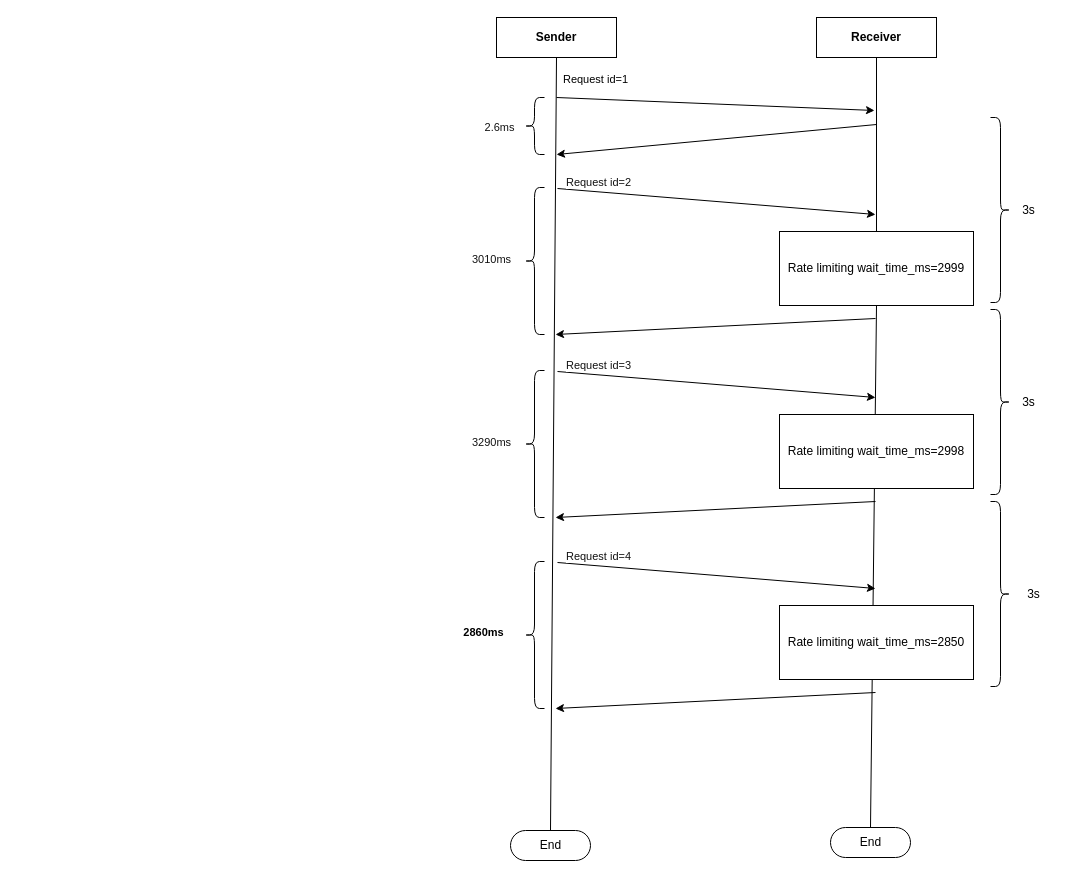
Before: lighthouse/issue/issue_7466.drawio in ackintosh/sandbox, a draw.io diagram. Source tidied: cells renumbered, new cells numbered last; positions are measured from the earlier drawing's top-left corner, leaving out a move shared by most shapes. Both pictures are drawn from the tidied source at 100%, with x=0, y=0 at pixel (488, 17).
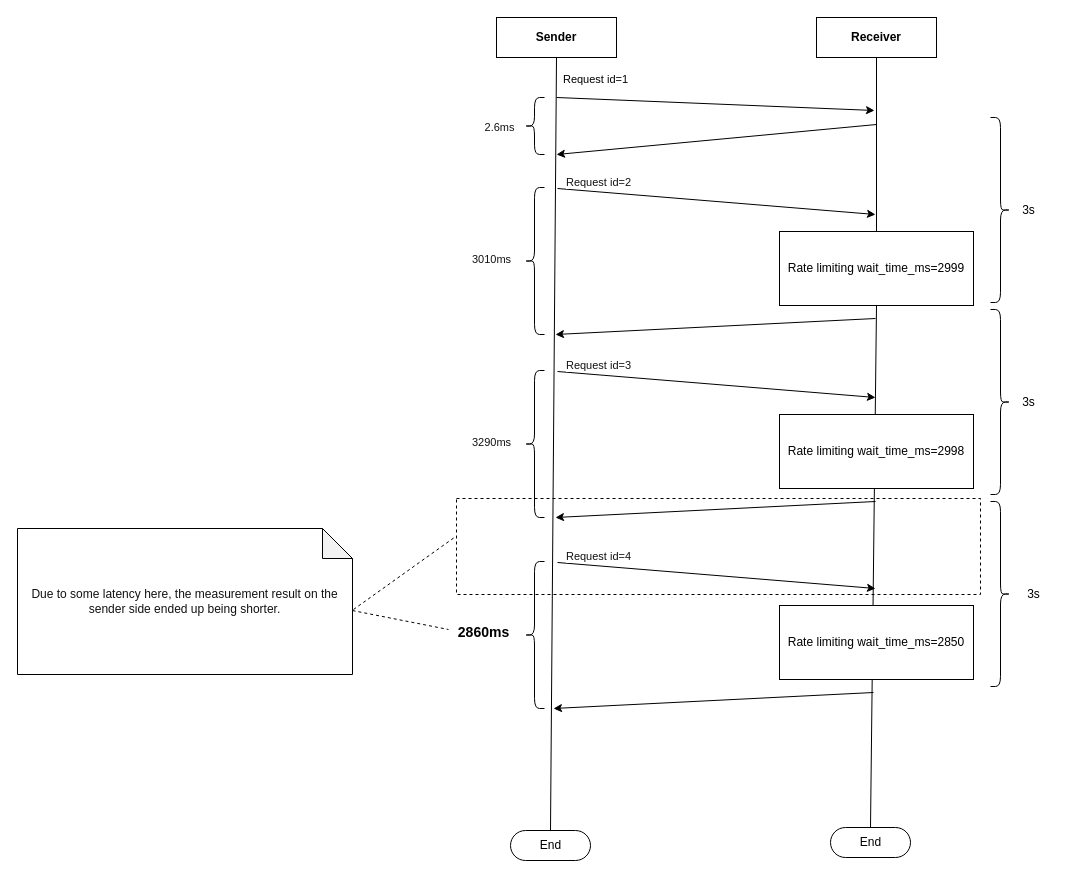
The same page after the edit.

Change to the diagram source:
```diff
@@
     <mxCell id="28" style="endArrow=classic;html=1;" parent="1" edge="1">
       <mxGeometry relative="1" as="geometry">
-        <mxPoint x="387" y="675" as="sourcePoint" />
-        <mxPoint x="67" y="691" as="targetPoint" />
+        <mxPoint x="385" y="675" as="sourcePoint" />
+        <mxPoint x="65" y="691" as="targetPoint" />
       </mxGeometry>
     </mxCell>
@@
-    <mxCell id="31" value="&lt;font style=&quot;color: light-dark(rgb(0, 0, 0), rgb(255, 51, 51));&quot;&gt;2860ms&lt;/font&gt;" style="edgeLabel;html=1;align=center;verticalAlign=middle;fontStyle=1;fontColor=light-dark(#000000,#FF3333);" parent="1" vertex="1">
+    <mxCell id="31" value="&lt;font style=&quot;color: light-dark(rgb(0, 0, 0), rgb(255, 51, 51));&quot;&gt;2860ms&lt;/font&gt;" style="edgeLabel;html=1;align=center;verticalAlign=middle;fontStyle=1;fontColor=light-dark(#000000,#FF3333);fontSize=14;" parent="1" vertex="1">
       <mxGeometry x="2" y="615" as="geometry">
         <mxPoint x="-8" y="-1" as="offset" />
       </mxGeometry>
     </mxCell>
@@
+    <mxCell id="38" style="rounded=0;whiteSpace=wrap;html=1;dashed=1;fillColor=none;strokeColor=light-dark(#000000,#FF3333);" parent="1" vertex="1">
+      <mxGeometry x="-32" y="481" width="524" height="96" as="geometry" />
+    </mxCell>
+    <mxCell id="39" value="&lt;font color=&quot;#121212&quot;&gt;Due to some latency here, the measurement result on the sender side ended up being shorter.&lt;/font&gt;" style="shape=note;whiteSpace=wrap;html=1;backgroundOutline=1;darkOpacity=0.05;" parent="1" vertex="1">
+      <mxGeometry x="-471" y="511" width="335" height="146" as="geometry" />
+    </mxCell>
+    <mxCell id="40" style="endArrow=none;dashed=1;html=1;entryX=-0.004;entryY=0.406;entryDx=0;entryDy=0;entryPerimeter=0;" parent="1" edge="1" target="38">
+      <mxGeometry relative="1" as="geometry">
+        <mxPoint x="-135" y="592" as="sourcePoint" />
+      </mxGeometry>
+    </mxCell>
+    <mxCell id="41" style="endArrow=none;dashed=1;html=1;exitX=1;exitY=0.562;exitDx=0;exitDy=0;exitPerimeter=0;" parent="1" edge="1" source="39">
+      <mxGeometry relative="1" as="geometry">
+        <mxPoint x="-40" y="612" as="targetPoint" />
+      </mxGeometry>
+    </mxCell>
```
